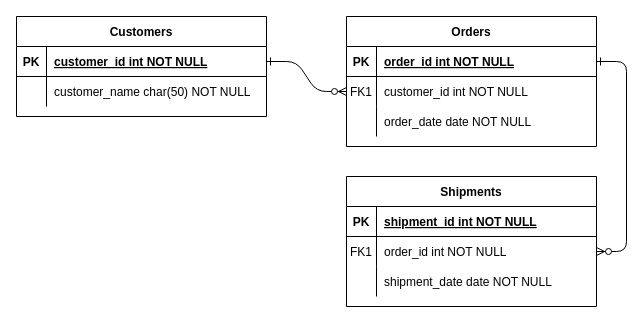
Above: Untitled Diagram.drawio in UTCh-BIS-Team/Entity-Relationship-Model (draw.io), before the change. Source tidied: cells renumbered, new cells numbered last; positions are measured from the earlier drawing's top-left corner, leaving out a move shared by most shapes. Both pictures are drawn from the tidied source at 100%, with x=0, y=0 at pixel (16, 16).
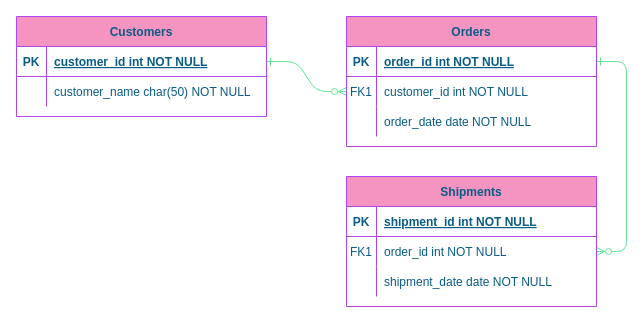
After the change.

Commit message:
Colores by J Balvin

Diff of the diagram source:
```diff
@@
-    <mxCell id="2" style="edgeStyle=entityRelationEdgeStyle;endArrow=ERzeroToMany;startArrow=ERone;endFill=1;startFill=0;" parent="1" edge="1" source="25" target="8">
+    <mxCell id="2" style="edgeStyle=entityRelationEdgeStyle;endArrow=ERzeroToMany;startArrow=ERone;endFill=1;startFill=0;strokeColor=#60E696;fontColor=#095C86;" parent="1" edge="1" source="25" target="8">
       <mxGeometry relative="1" as="geometry" />
     </mxCell>
-    <mxCell id="3" style="edgeStyle=entityRelationEdgeStyle;endArrow=ERzeroToMany;startArrow=ERone;endFill=1;startFill=0;" parent="1" edge="1" source="5" target="18">
+    <mxCell id="3" style="edgeStyle=entityRelationEdgeStyle;endArrow=ERzeroToMany;startArrow=ERone;endFill=1;startFill=0;strokeColor=#60E696;fontColor=#095C86;" parent="1" edge="1" source="5" target="18">
       <mxGeometry relative="1" as="geometry" />
     </mxCell>
-    <mxCell id="4" value="Orders" style="shape=table;startSize=30;childLayout=tableLayout;rowLines=0;fontStyle=1;align=center;" parent="1" vertex="1">
+    <mxCell id="4" value="Orders" style="shape=table;startSize=30;childLayout=tableLayout;rowLines=0;fontStyle=1;align=center;fillColor=#F694C1;strokeColor=#AF45ED;fontColor=#095C86;" parent="1" vertex="1">
       <mxGeometry x="330" width="250" height="130" as="geometry" />
     </mxCell>
-    <mxCell id="5" style="shape=partialRectangle;fillColor=none;points=[[0,0.5],[1,0.5]];portConstraint=eastwest;top=0;left=0;right=0;bottom=1;" parent="4" vertex="1">
+    <mxCell id="5" style="shape=partialRectangle;fillColor=none;points=[[0,0.5],[1,0.5]];portConstraint=eastwest;top=0;left=0;right=0;bottom=1;strokeColor=#AF45ED;fontColor=#095C86;" parent="4" vertex="1">
       <mxGeometry y="30" width="250" height="30" as="geometry" />
     </mxCell>
-    <mxCell id="6" value="PK" style="shape=partialRectangle;overflow=hidden;fillColor=none;top=0;left=0;bottom=0;right=0;fontStyle=1;" parent="5" vertex="1">
+    <mxCell id="6" value="PK" style="shape=partialRectangle;overflow=hidden;fillColor=none;top=0;left=0;bottom=0;right=0;fontStyle=1;strokeColor=#AF45ED;fontColor=#095C86;" parent="5" vertex="1">
       <mxGeometry width="30" height="30" as="geometry" />
     </mxCell>
-    <mxCell id="7" value="order_id int NOT NULL " style="shape=partialRectangle;overflow=hidden;fillColor=none;top=0;left=0;bottom=0;right=0;align=left;spacingLeft=6;fontStyle=5;" parent="5" vertex="1">
+    <mxCell id="7" value="order_id int NOT NULL " style="shape=partialRectangle;overflow=hidden;fillColor=none;top=0;left=0;bottom=0;right=0;align=left;spacingLeft=6;fontStyle=5;strokeColor=#AF45ED;fontColor=#095C86;" parent="5" vertex="1">
       <mxGeometry x="30" width="220" height="30" as="geometry" />
     </mxCell>
-    <mxCell id="8" style="shape=partialRectangle;fillColor=none;points=[[0,0.5],[1,0.5]];portConstraint=eastwest;top=0;left=0;right=0;bottom=0;" parent="4" vertex="1">
+    <mxCell id="8" style="shape=partialRectangle;fillColor=none;points=[[0,0.5],[1,0.5]];portConstraint=eastwest;top=0;left=0;right=0;bottom=0;strokeColor=#AF45ED;fontColor=#095C86;" parent="4" vertex="1">
       <mxGeometry y="60" width="250" height="30" as="geometry" />
     </mxCell>
-    <mxCell id="9" value="FK1" style="shape=partialRectangle;overflow=hidden;fillColor=none;top=0;left=0;bottom=0;right=0;" parent="8" vertex="1">
+    <mxCell id="9" value="FK1" style="shape=partialRectangle;overflow=hidden;fillColor=none;top=0;left=0;bottom=0;right=0;strokeColor=#AF45ED;fontColor=#095C86;" parent="8" vertex="1">
       <mxGeometry width="30" height="30" as="geometry" />
     </mxCell>
-    <mxCell id="10" value="customer_id int NOT NULL" style="shape=partialRectangle;overflow=hidden;fillColor=none;top=0;left=0;bottom=0;right=0;align=left;spacingLeft=6;" parent="8" vertex="1">
+    <mxCell id="10" value="customer_id int NOT NULL" style="shape=partialRectangle;overflow=hidden;fillColor=none;top=0;left=0;bottom=0;right=0;align=left;spacingLeft=6;strokeColor=#AF45ED;fontColor=#095C86;" parent="8" vertex="1">
       <mxGeometry x="30" width="220" height="30" as="geometry" />
     </mxCell>
-    <mxCell id="11" style="shape=partialRectangle;fillColor=none;top=0;left=0;right=0;bottom=0;" parent="4" vertex="1">
+    <mxCell id="11" style="shape=partialRectangle;fillColor=none;top=0;left=0;right=0;bottom=0;strokeColor=#AF45ED;fontColor=#095C86;" parent="4" vertex="1">
       <mxGeometry y="90" width="250" height="30" as="geometry" />
     </mxCell>
-    <mxCell id="12" style="shape=partialRectangle;overflow=hidden;fillColor=none;top=0;left=0;bottom=0;right=0;" parent="11" vertex="1">
+    <mxCell id="12" style="shape=partialRectangle;overflow=hidden;fillColor=none;top=0;left=0;bottom=0;right=0;strokeColor=#AF45ED;fontColor=#095C86;" parent="11" vertex="1">
       <mxGeometry width="30" height="30" as="geometry" />
     </mxCell>
-    <mxCell id="13" value="order_date date NOT NULL" style="shape=partialRectangle;overflow=hidden;fillColor=none;top=0;left=0;bottom=0;right=0;align=left;spacingLeft=6;" parent="11" vertex="1">
+    <mxCell id="13" value="order_date date NOT NULL" style="shape=partialRectangle;overflow=hidden;fillColor=none;top=0;left=0;bottom=0;right=0;align=left;spacingLeft=6;strokeColor=#AF45ED;fontColor=#095C86;" parent="11" vertex="1">
       <mxGeometry x="30" width="220" height="30" as="geometry" />
     </mxCell>
-    <mxCell id="14" value="Shipments" style="shape=table;startSize=30;childLayout=tableLayout;rowLines=0;fontStyle=1;align=center;" parent="1" vertex="1">
+    <mxCell id="14" value="Shipments" style="shape=table;startSize=30;childLayout=tableLayout;rowLines=0;fontStyle=1;align=center;fillColor=#F694C1;strokeColor=#AF45ED;fontColor=#095C86;" parent="1" vertex="1">
       <mxGeometry x="330" y="160" width="250" height="130" as="geometry" />
     </mxCell>
-    <mxCell id="15" style="shape=partialRectangle;fillColor=none;top=0;left=0;right=0;bottom=1;" parent="14" vertex="1">
+    <mxCell id="15" style="shape=partialRectangle;fillColor=none;top=0;left=0;right=0;bottom=1;strokeColor=#AF45ED;fontColor=#095C86;" parent="14" vertex="1">
       <mxGeometry y="30" width="250" height="30" as="geometry" />
     </mxCell>
-    <mxCell id="16" value="PK" style="shape=partialRectangle;overflow=hidden;fillColor=none;top=0;left=0;bottom=0;right=0;fontStyle=1;" parent="15" vertex="1">
+    <mxCell id="16" value="PK" style="shape=partialRectangle;overflow=hidden;fillColor=none;top=0;left=0;bottom=0;right=0;fontStyle=1;strokeColor=#AF45ED;fontColor=#095C86;" parent="15" vertex="1">
       <mxGeometry width="30" height="30" as="geometry" />
     </mxCell>
-    <mxCell id="17" value="shipment_id int NOT NULL " style="shape=partialRectangle;overflow=hidden;fillColor=none;top=0;left=0;bottom=0;right=0;align=left;spacingLeft=6;fontStyle=5;" parent="15" vertex="1">
+    <mxCell id="17" value="shipment_id int NOT NULL " style="shape=partialRectangle;overflow=hidden;fillColor=none;top=0;left=0;bottom=0;right=0;align=left;spacingLeft=6;fontStyle=5;strokeColor=#AF45ED;fontColor=#095C86;" parent="15" vertex="1">
       <mxGeometry x="30" width="220" height="30" as="geometry" />
     </mxCell>
-    <mxCell id="18" style="shape=partialRectangle;fillColor=none;points=[[0,0.5],[1,0.5]];portConstraint=eastwest;top=0;left=0;right=0;bottom=0;" parent="14" vertex="1">
+    <mxCell id="18" style="shape=partialRectangle;fillColor=none;points=[[0,0.5],[1,0.5]];portConstraint=eastwest;top=0;left=0;right=0;bottom=0;strokeColor=#AF45ED;fontColor=#095C86;" parent="14" vertex="1">
       <mxGeometry y="60" width="250" height="30" as="geometry" />
     </mxCell>
-    <mxCell id="19" value="FK1" style="shape=partialRectangle;overflow=hidden;fillColor=none;top=0;left=0;bottom=0;right=0;" parent="18" vertex="1">
+    <mxCell id="19" value="FK1" style="shape=partialRectangle;overflow=hidden;fillColor=none;top=0;left=0;bottom=0;right=0;strokeColor=#AF45ED;fontColor=#095C86;" parent="18" vertex="1">
       <mxGeometry width="30" height="30" as="geometry" />
     </mxCell>
-    <mxCell id="20" value="order_id int NOT NULL" style="shape=partialRectangle;overflow=hidden;fillColor=none;top=0;left=0;bottom=0;right=0;align=left;spacingLeft=6;" parent="18" vertex="1">
+    <mxCell id="20" value="order_id int NOT NULL" style="shape=partialRectangle;overflow=hidden;fillColor=none;top=0;left=0;bottom=0;right=0;align=left;spacingLeft=6;strokeColor=#AF45ED;fontColor=#095C86;" parent="18" vertex="1">
       <mxGeometry x="30" width="220" height="30" as="geometry" />
     </mxCell>
-    <mxCell id="21" style="shape=partialRectangle;fillColor=none;top=0;left=0;right=0;bottom=0;" parent="14" vertex="1">
+    <mxCell id="21" style="shape=partialRectangle;fillColor=none;top=0;left=0;right=0;bottom=0;strokeColor=#AF45ED;fontColor=#095C86;" parent="14" vertex="1">
       <mxGeometry y="90" width="250" height="30" as="geometry" />
     </mxCell>
-    <mxCell id="22" style="shape=partialRectangle;overflow=hidden;fillColor=none;top=0;left=0;bottom=0;right=0;" parent="21" vertex="1">
+    <mxCell id="22" style="shape=partialRectangle;overflow=hidden;fillColor=none;top=0;left=0;bottom=0;right=0;strokeColor=#AF45ED;fontColor=#095C86;" parent="21" vertex="1">
       <mxGeometry width="30" height="30" as="geometry" />
     </mxCell>
-    <mxCell id="23" value="shipment_date date NOT NULL" style="shape=partialRectangle;overflow=hidden;fillColor=none;top=0;left=0;bottom=0;right=0;align=left;spacingLeft=6;" parent="21" vertex="1">
+    <mxCell id="23" value="shipment_date date NOT NULL" style="shape=partialRectangle;overflow=hidden;fillColor=none;top=0;left=0;bottom=0;right=0;align=left;spacingLeft=6;strokeColor=#AF45ED;fontColor=#095C86;" parent="21" vertex="1">
       <mxGeometry x="30" width="220" height="30" as="geometry" />
     </mxCell>
-    <mxCell id="24" value="Customers" style="shape=table;startSize=30;childLayout=tableLayout;rowLines=0;fontStyle=1;align=center;" parent="1" vertex="1">
+    <mxCell id="24" value="Customers" style="shape=table;startSize=30;childLayout=tableLayout;rowLines=0;fontStyle=1;align=center;fillColor=#F694C1;strokeColor=#AF45ED;fontColor=#095C86;" parent="1" vertex="1">
       <mxGeometry width="250" height="100" as="geometry" />
     </mxCell>
-    <mxCell id="25" style="shape=partialRectangle;fillColor=none;points=[[0,0.5],[1,0.5]];portConstraint=eastwest;top=0;left=0;right=0;bottom=1;" parent="24" vertex="1">
+    <mxCell id="25" style="shape=partialRectangle;fillColor=none;points=[[0,0.5],[1,0.5]];portConstraint=eastwest;top=0;left=0;right=0;bottom=1;strokeColor=#AF45ED;fontColor=#095C86;" parent="24" vertex="1">
       <mxGeometry y="30" width="250" height="30" as="geometry" />
     </mxCell>
-    <mxCell id="26" value="PK" style="shape=partialRectangle;overflow=hidden;fillColor=none;top=0;left=0;bottom=0;right=0;fontStyle=1;" parent="25" vertex="1">
+    <mxCell id="26" value="PK" style="shape=partialRectangle;overflow=hidden;fillColor=none;top=0;left=0;bottom=0;right=0;fontStyle=1;strokeColor=#AF45ED;fontColor=#095C86;" parent="25" vertex="1">
       <mxGeometry width="30" height="30" as="geometry" />
     </mxCell>
-    <mxCell id="27" value="customer_id int NOT NULL " style="shape=partialRectangle;overflow=hidden;fillColor=none;top=0;left=0;bottom=0;right=0;align=left;spacingLeft=6;fontStyle=5;" parent="25" vertex="1">
+    <mxCell id="27" value="customer_id int NOT NULL " style="shape=partialRectangle;overflow=hidden;fillColor=none;top=0;left=0;bottom=0;right=0;align=left;spacingLeft=6;fontStyle=5;strokeColor=#AF45ED;fontColor=#095C86;" parent="25" vertex="1">
       <mxGeometry x="30" width="220" height="30" as="geometry" />
     </mxCell>
-    <mxCell id="28" style="shape=partialRectangle;fillColor=none;top=0;left=0;right=0;bottom=0;" parent="24" vertex="1">
+    <mxCell id="28" style="shape=partialRectangle;fillColor=none;top=0;left=0;right=0;bottom=0;strokeColor=#AF45ED;fontColor=#095C86;" parent="24" vertex="1">
       <mxGeometry y="60" width="250" height="30" as="geometry" />
     </mxCell>
-    <mxCell id="29" style="shape=partialRectangle;overflow=hidden;fillColor=none;top=0;left=0;bottom=0;right=0;" parent="28" vertex="1">
+    <mxCell id="29" style="shape=partialRectangle;overflow=hidden;fillColor=none;top=0;left=0;bottom=0;right=0;strokeColor=#AF45ED;fontColor=#095C86;" parent="28" vertex="1">
       <mxGeometry width="30" height="30" as="geometry" />
     </mxCell>
-    <mxCell id="30" value="customer_name char(50) NOT NULL" style="shape=partialRectangle;overflow=hidden;fillColor=none;top=0;left=0;bottom=0;right=0;align=left;spacingLeft=6;" parent="28" vertex="1">
+    <mxCell id="30" value="customer_name char(50) NOT NULL" style="shape=partialRectangle;overflow=hidden;fillColor=none;top=0;left=0;bottom=0;right=0;align=left;spacingLeft=6;strokeColor=#AF45ED;fontColor=#095C86;" parent="28" vertex="1">
       <mxGeometry x="30" width="220" height="30" as="geometry" />
     </mxCell>
```
